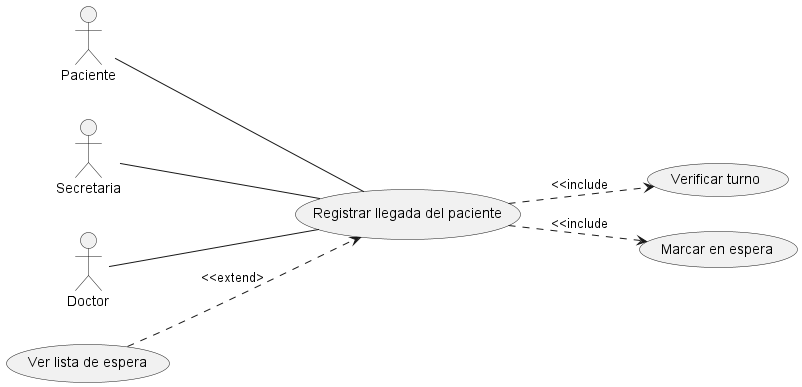
Earlier version of the PlantUML export diagramas/02-casos-de-uso/02-caso-uso-registrar-llegada-03/02-caso-uso-registrar-llegada-03.png (FacundoGuiraldes/SistemaTurnosMedicos).
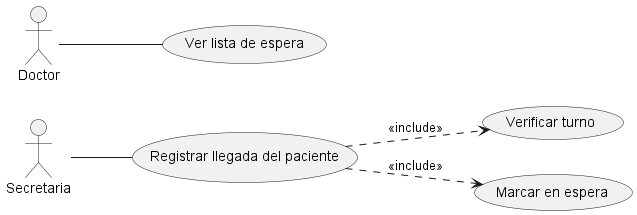
After the commit.

Commit message:
fix: aplico opcion A para aislar al Doctor y corrijo keywords en CU03

Change to the diagram source:
```diff
@@ -1,6 +1,6 @@
 @startuml
 left to right direction
-actor Paciente
+
 actor Secretaria
 actor Doctor
 
@@ -9,11 +9,10 @@
 usecase "Marcar en espera" as UC3
 usecase "Ver lista de espera" as UC4
 
-Paciente -- UC1
 Secretaria -- UC1
-Doctor -- UC1
+Doctor -- UC4
 
-UC1 ..> UC2 : <<include
-UC1 ..> UC3 : <<include
-UC4 ..> UC1 : <<extend>
+UC1 ..> UC2 : <<include>>
+UC1 ..> UC3 : <<include>>
+
 @enduml
```
